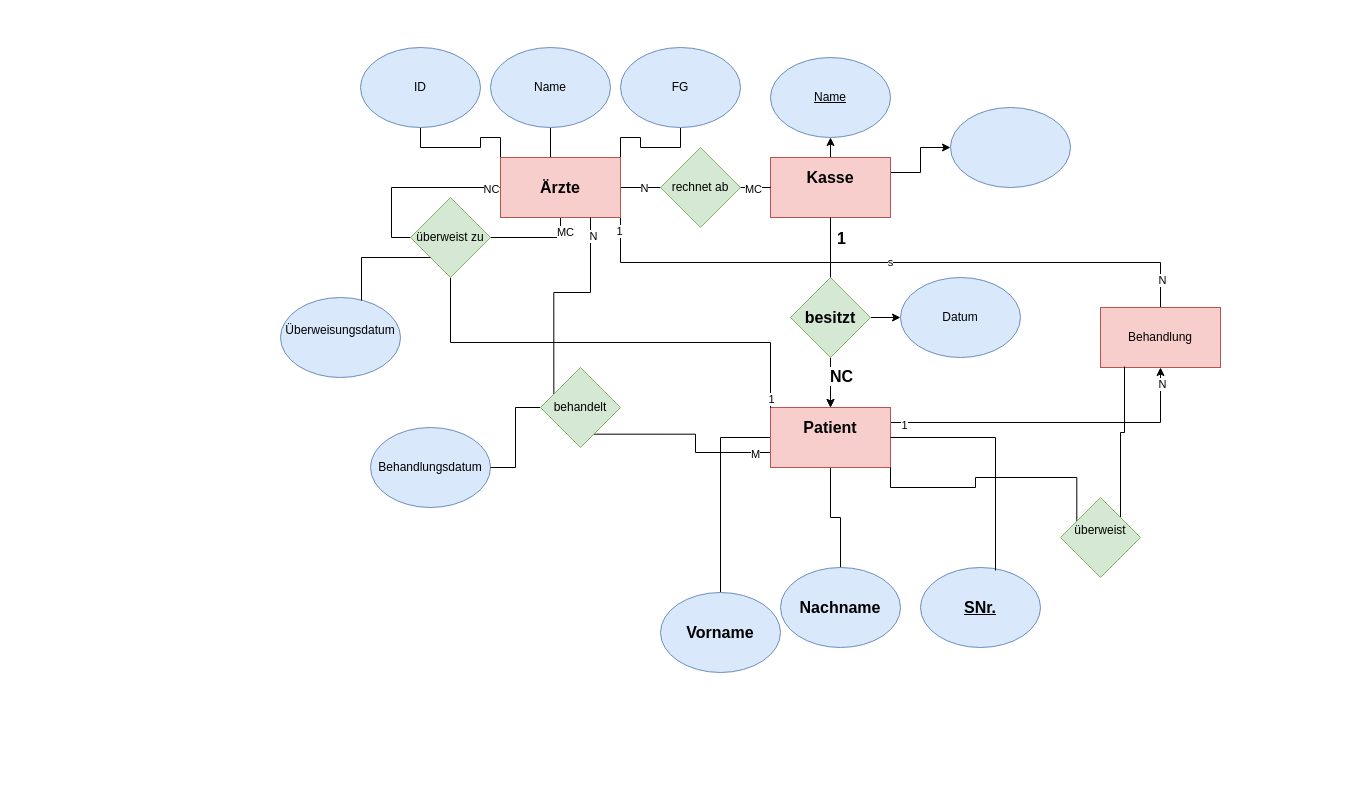
Above: Blatt3Aufagbe2.drawio in mesh98a/Datenbank (draw.io), before the change. Source tidied: cells renumbered, new cells numbered last; positions are measured from the earlier drawing's top-left corner, leaving out a move shared by most shapes. Both pictures are drawn from the tidied source at 100%, with x=0, y=0 at pixel (280, 47).
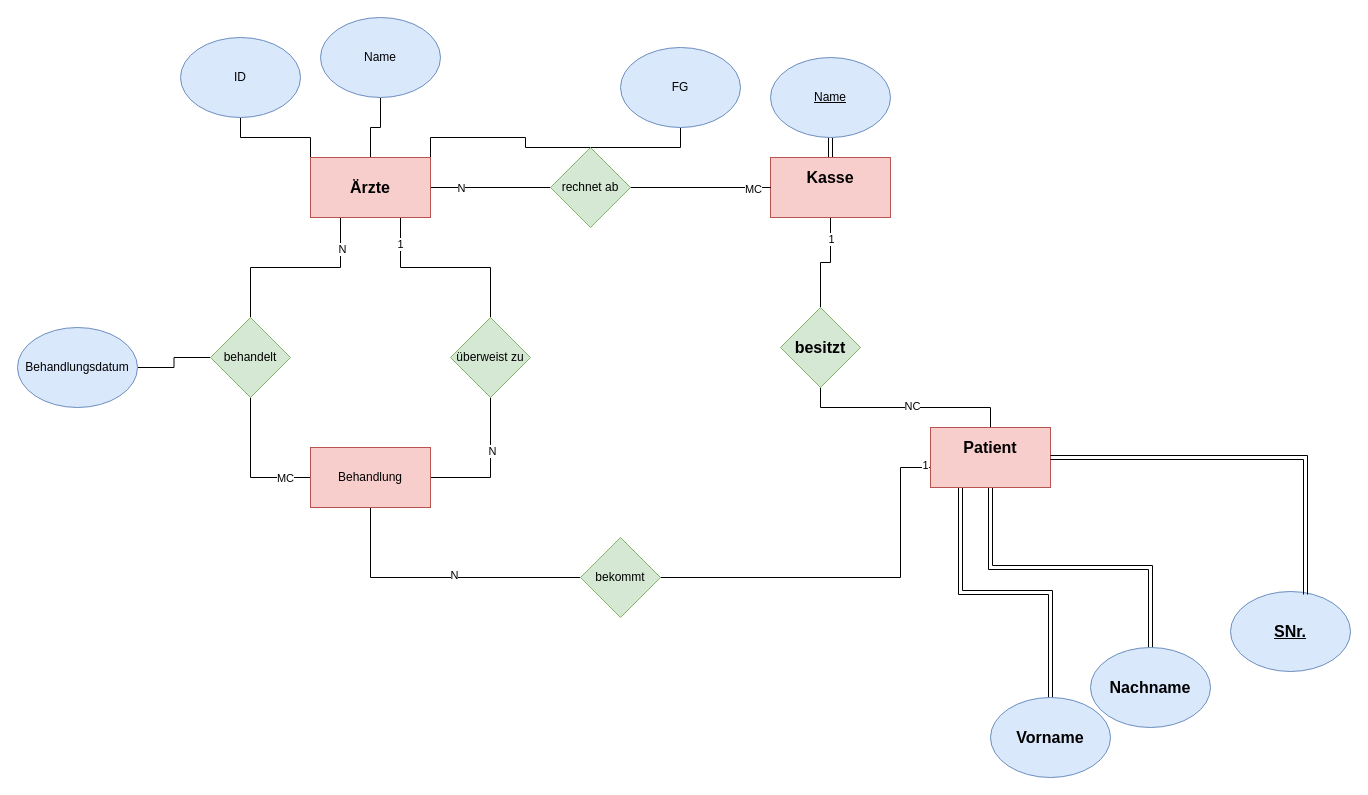
After the change.

The change refers to these unchanged cells:
```xml
<mxCell id="6" value="Kasse&lt;div style=&quot;font-size: 16px;&quot;&gt;&lt;br style=&quot;font-size: 16px;&quot;&gt;&lt;/div&gt;" style="rounded=0;whiteSpace=wrap;html=1;fillColor=#f8cecc;strokeColor=#b85450;fontSize=16;fontStyle=1;" parent="1" vertex="1">
  <mxGeometry x="490" y="110" width="120" height="60" as="geometry" />
</mxCell>
<mxCell id="36" value="&lt;u&gt;Name&lt;/u&gt;" style="ellipse;whiteSpace=wrap;html=1;fillColor=#dae8fc;strokeColor=#6c8ebf;" parent="1" vertex="1">
  <mxGeometry x="490" y="10" width="120" height="80" as="geometry" />
</mxCell>
<mxCell id="37" style="edgeStyle=orthogonalEdgeStyle;rounded=0;jettySize=auto;html=1;exitX=0;exitY=0.5;exitDx=0;exitDy=0;endArrow=none;endFill=0;" parent="1" edge="1" source="6">
  <mxGeometry relative="1" as="geometry">
    <mxPoint x="490" y="140" as="targetPoint" />
    <Array as="points">
      <mxPoint x="350" y="140" />
      <mxPoint x="350" y="140" />
    </Array>
  </mxGeometry>
</mxCell>
```

What changed in the source:
```diff
@@
-    <mxCell id="2" style="edgeStyle=orthogonalEdgeStyle;rounded=0;jettySize=auto;html=1;exitX=0.5;exitY=1;exitDx=0;exitDy=0;" parent="1" edge="1" source="33" target="24">
+    <mxCell id="2" style="edgeStyle=orthogonalEdgeStyle;rounded=0;jettySize=auto;html=1;exitX=0.5;exitY=1;exitDx=0;exitDy=0;endArrow=none;endFill=0;" parent="1" edge="1" source="33" target="24">
       <mxGeometry relative="1" as="geometry" />
     </mxCell>
+    <mxCell id="8" value="NC" style="edgeLabel;html=1;align=center;verticalAlign=middle;" parent="2" vertex="1">
+      <mxGeometry x="0.06" y="2" relative="1" as="geometry" />
+    </mxCell>
-    <mxCell id="3" style="edgeStyle=orthogonalEdgeStyle;rounded=0;jettySize=auto;html=1;exitX=0.5;exitY=0;exitDx=0;exitDy=0;entryX=0.5;entryY=1;entryDx=0;entryDy=0;" parent="1" edge="1" source="6" target="36">
+    <mxCell id="3" style="edgeStyle=orthogonalEdgeStyle;rounded=0;jettySize=auto;html=1;exitX=0.5;exitY=0;exitDx=0;exitDy=0;entryX=0.5;entryY=1;entryDx=0;entryDy=0;shape=link;" parent="1" edge="1" source="6" target="36">
       <mxGeometry relative="1" as="geometry" />
     </mxCell>
@@
-    <mxCell id="5" style="edgeStyle=orthogonalEdgeStyle;rounded=0;jettySize=auto;html=1;exitX=1;exitY=0.25;exitDx=0;exitDy=0;" parent="1" edge="1" source="6" target="35">
-      <mxGeometry relative="1" as="geometry" />
-    </mxCell>
+    <mxCell id="58" style="edgeStyle=orthogonalEdgeStyle;rounded=0;jettySize=auto;html=1;exitX=0.5;exitY=1;exitDx=0;exitDy=0;entryX=0.5;entryY=0;entryDx=0;entryDy=0;endArrow=none;endFill=0;" parent="1" edge="1" source="6" target="33">
+      <mxGeometry relative="1" as="geometry" />
+    </mxCell>
+    <mxCell id="59" value="1" style="edgeLabel;html=1;align=center;verticalAlign=middle;" parent="58" vertex="1">
+      <mxGeometry x="-0.59" relative="1" as="geometry" />
+    </mxCell>
@@
-    <mxCell id="7" style="edgeStyle=orthogonalEdgeStyle;rounded=0;orthogonalLoop=1;jettySize=auto;html=1;exitX=0.5;exitY=1;exitDx=0;exitDy=0;entryX=0;entryY=0.5;entryDx=0;entryDy=0;" parent="1" edge="1" source="18" target="18">
-      <mxGeometry relative="1" as="geometry">
-        <Array as="points">
-          <mxPoint x="280" y="190" />
-          <mxPoint x="111" y="190" />
-          <mxPoint x="111" y="140" />
-        </Array>
-      </mxGeometry>
-    </mxCell>
-    <mxCell id="8" value="NC" style="edgeLabel;html=1;align=center;verticalAlign=middle;" parent="7" vertex="1">
-      <mxGeometry x="0.94" y="-1" relative="1" as="geometry" />
-    </mxCell>
-    <mxCell id="9" value="MC" style="edgeLabel;html=1;align=center;verticalAlign=middle;" parent="7" vertex="1">
-      <mxGeometry x="-0.92" y="4" relative="1" as="geometry" />
-    </mxCell>
-    <mxCell id="10" style="edgeStyle=orthogonalEdgeStyle;rounded=0;jettySize=auto;html=1;exitX=0.75;exitY=1;exitDx=0;exitDy=0;entryX=0;entryY=0.75;entryDx=0;entryDy=0;endArrow=none;endFill=0;" parent="1" edge="1" source="47" target="24">
-      <mxGeometry relative="1" as="geometry" />
-    </mxCell>
-    <mxCell id="11" value="M" style="edgeLabel;html=1;align=center;verticalAlign=middle;" parent="10" vertex="1">
-      <mxGeometry x="0.84" y="-1" relative="1" as="geometry" />
-    </mxCell>
@@
-    <mxCell id="15" value="s" style="edgeStyle=orthogonalEdgeStyle;rounded=0;jettySize=auto;html=1;exitX=1;exitY=1;exitDx=0;exitDy=0;endArrow=none;endFill=0;" parent="1" edge="1" source="18" target="54">
-      <mxGeometry relative="1" as="geometry" />
-    </mxCell>
-    <mxCell id="16" value="1" style="edgeLabel;html=1;align=center;verticalAlign=middle;" parent="15" vertex="1">
-      <mxGeometry x="-0.96" y="-2" relative="1" as="geometry" />
-    </mxCell>
-    <mxCell id="17" value="N" style="edgeLabel;html=1;align=center;verticalAlign=middle;" parent="15" vertex="1">
-      <mxGeometry x="0.91" y="1" relative="1" as="geometry" />
-    </mxCell>
+    <mxCell id="44" style="edgeStyle=orthogonalEdgeStyle;rounded=0;jettySize=auto;html=1;exitX=0.25;exitY=1;exitDx=0;exitDy=0;entryX=0.5;entryY=0;entryDx=0;entryDy=0;endArrow=none;endFill=0;" parent="1" edge="1" source="18" target="47">
+      <mxGeometry relative="1" as="geometry" />
+    </mxCell>
+    <mxCell id="60" value="N" style="edgeLabel;html=1;align=center;verticalAlign=middle;fontFamily=Helvetica;fontSize=11;fontColor=default;labelBackgroundColor=default;" parent="44" vertex="1">
+      <mxGeometry x="-0.67" y="1" relative="1" as="geometry" />
+    </mxCell>
+    <mxCell id="61" style="edgeStyle=orthogonalEdgeStyle;rounded=0;jettySize=auto;html=1;exitX=0.75;exitY=1;exitDx=0;exitDy=0;entryX=0.5;entryY=0;entryDx=0;entryDy=0;endArrow=none;endFill=0;" parent="1" edge="1" source="18" target="43">
+      <mxGeometry relative="1" as="geometry" />
+    </mxCell>
+    <mxCell id="62" value="1" style="edgeLabel;html=1;align=center;verticalAlign=middle;fontFamily=Helvetica;fontSize=11;fontColor=default;labelBackgroundColor=default;" parent="61" vertex="1">
+      <mxGeometry x="-0.73" y="-1" relative="1" as="geometry" />
+    </mxCell>
     <mxCell id="18" value="Ärzte" style="rounded=0;whiteSpace=wrap;html=1;fillColor=#f8cecc;strokeColor=#b85450;fontSize=16;fontStyle=1;" parent="1" vertex="1">
-      <mxGeometry x="220" y="110" width="120" height="60" as="geometry" />
+      <mxGeometry x="30" y="110" width="120" height="60" as="geometry" />
     </mxCell>
-    <mxCell id="19" style="edgeStyle=orthogonalEdgeStyle;rounded=0;jettySize=auto;html=1;exitX=0.5;exitY=1;exitDx=0;exitDy=0;fontSize=16;fontStyle=1;endArrow=none;endFill=0;" parent="1" edge="1" source="24" target="27">
+    <mxCell id="19" style="edgeStyle=orthogonalEdgeStyle;rounded=0;jettySize=auto;html=1;exitX=0.5;exitY=1;exitDx=0;exitDy=0;fontSize=16;fontStyle=1;endArrow=none;endFill=0;shape=link;" parent="1" edge="1" source="24" target="27">
       <mxGeometry relative="1" as="geometry" />
     </mxCell>
+    <mxCell id="56" style="edgeStyle=orthogonalEdgeStyle;rounded=0;jettySize=auto;html=1;exitX=0;exitY=1;exitDx=0;exitDy=0;entryX=1;entryY=0.5;entryDx=0;entryDy=0;endArrow=none;endFill=0;" parent="1" edge="1" source="24" target="57">
+      <mxGeometry relative="1" as="geometry">
+        <Array as="points">
+          <mxPoint x="650" y="420" />
+          <mxPoint x="620" y="420" />
+          <mxPoint x="620" y="530" />
+        </Array>
+      </mxGeometry>
+    </mxCell>
+    <mxCell id="63" value="1" style="edgeLabel;html=1;align=center;verticalAlign=middle;" parent="56" vertex="1">
+      <mxGeometry x="-0.87" y="-3" relative="1" as="geometry" />
+    </mxCell>
-    <mxCell id="20" style="edgeStyle=orthogonalEdgeStyle;rounded=0;jettySize=auto;html=1;exitX=0;exitY=0.5;exitDx=0;exitDy=0;entryX=0.5;entryY=0;entryDx=0;entryDy=0;fontSize=16;fontStyle=1;endArrow=none;endFill=0;" parent="1" edge="1" source="24" target="25">
+    <mxCell id="20" style="edgeStyle=orthogonalEdgeStyle;rounded=0;jettySize=auto;html=1;exitX=0.25;exitY=1;exitDx=0;exitDy=0;entryX=0.5;entryY=0;entryDx=0;entryDy=0;shape=link;" parent="1" edge="1" source="24" target="25">
       <mxGeometry relative="1" as="geometry" />
     </mxCell>
-    <mxCell id="21" style="edgeStyle=orthogonalEdgeStyle;rounded=0;jettySize=auto;html=1;exitX=1;exitY=0.25;exitDx=0;exitDy=0;" parent="1" edge="1" source="24" target="54">
-      <mxGeometry relative="1" as="geometry" />
-    </mxCell>
-    <mxCell id="22" value="1" style="edgeLabel;html=1;align=center;verticalAlign=middle;" parent="21" vertex="1">
-      <mxGeometry x="-0.92" y="-2" relative="1" as="geometry" />
-    </mxCell>
-    <mxCell id="23" value="N" style="edgeLabel;html=1;align=center;verticalAlign=middle;" parent="21" vertex="1">
-      <mxGeometry x="0.9" y="-1" relative="1" as="geometry" />
-    </mxCell>
     <mxCell id="24" value="Patient&lt;div style=&quot;font-size: 16px;&quot;&gt;&lt;br style=&quot;font-size: 16px;&quot;&gt;&lt;/div&gt;" style="rounded=0;whiteSpace=wrap;html=1;fillColor=#f8cecc;strokeColor=#b85450;fontSize=16;fontStyle=1;" parent="1" vertex="1">
-      <mxGeometry x="490" y="360" width="120" height="60" as="geometry" />
+      <mxGeometry x="650" y="380" width="120" height="60" as="geometry" />
     </mxCell>
     <mxCell id="25" value="Vorname" style="ellipse;whiteSpace=wrap;html=1;fillColor=#dae8fc;strokeColor=#6c8ebf;fontSize=16;fontStyle=1;" parent="1" vertex="1">
-      <mxGeometry x="380" y="545" width="120" height="80" as="geometry" />
+      <mxGeometry x="710" y="650" width="120" height="80" as="geometry" />
     </mxCell>
     <mxCell id="26" value="&lt;u style=&quot;font-size: 16px;&quot;&gt;SNr.&lt;/u&gt;" style="ellipse;whiteSpace=wrap;html=1;fillColor=#dae8fc;strokeColor=#6c8ebf;fontSize=16;fontStyle=1;" parent="1" vertex="1">
-      <mxGeometry x="640" y="520" width="120" height="80" as="geometry" />
+      <mxGeometry x="950" y="544" width="120" height="80" as="geometry" />
     </mxCell>
     <mxCell id="27" value="Nachname" style="ellipse;whiteSpace=wrap;html=1;fillColor=#dae8fc;strokeColor=#6c8ebf;fontSize=16;fontStyle=1;" parent="1" vertex="1">
-      <mxGeometry x="500" y="520" width="120" height="80" as="geometry" />
+      <mxGeometry x="810" y="600" width="120" height="80" as="geometry" />
     </mxCell>
-    <mxCell id="28" style="edgeStyle=orthogonalEdgeStyle;rounded=0;jettySize=auto;html=1;exitX=1;exitY=0.5;exitDx=0;exitDy=0;entryX=0.625;entryY=0.038;entryDx=0;entryDy=0;entryPerimeter=0;fontSize=16;fontStyle=1;endArrow=none;endFill=0;" parent="1" edge="1" source="24" target="26">
+    <mxCell id="28" style="edgeStyle=orthogonalEdgeStyle;rounded=0;jettySize=auto;html=1;exitX=1;exitY=0.5;exitDx=0;exitDy=0;entryX=0.625;entryY=0.038;entryDx=0;entryDy=0;entryPerimeter=0;fontSize=16;fontStyle=1;endArrow=none;endFill=0;shape=link;" parent="1" edge="1" source="24" target="26">
       <mxGeometry relative="1" as="geometry" />
     </mxCell>
-    <mxCell id="29" style="edgeStyle=orthogonalEdgeStyle;rounded=0;jettySize=auto;html=1;exitX=0.5;exitY=1;exitDx=0;exitDy=0;entryX=0.5;entryY=0;entryDx=0;entryDy=0;" parent="1" edge="1" source="6" target="24">
-      <mxGeometry relative="1" as="geometry" />
-    </mxCell>
-    <mxCell id="30" value="1" style="edgeLabel;html=1;align=center;verticalAlign=middle;fontSize=16;fontStyle=1;" parent="29" vertex="1">
-      <mxGeometry x="-0.75" y="3" relative="1" as="geometry">
-        <mxPoint x="7" y="-4" as="offset" />
-      </mxGeometry>
-    </mxCell>
-    <mxCell id="31" value="&lt;span style=&quot;font-size: 16px;&quot;&gt;NC&lt;/span&gt;" style="edgeLabel;html=1;align=center;verticalAlign=middle;fontSize=16;fontStyle=1;" parent="29" vertex="1">
-      <mxGeometry x="0.66" y="2" relative="1" as="geometry">
-        <mxPoint x="8" as="offset" />
-      </mxGeometry>
-    </mxCell>
-    <mxCell id="32" style="edgeStyle=orthogonalEdgeStyle;rounded=0;jettySize=auto;html=1;exitX=1;exitY=0.5;exitDx=0;exitDy=0;entryX=0;entryY=0.5;entryDx=0;entryDy=0;" parent="1" edge="1" source="33" target="51">
-      <mxGeometry relative="1" as="geometry" />
-    </mxCell>
     <mxCell id="33" value="besitzt" style="rhombus;whiteSpace=wrap;html=1;fillColor=#d5e8d4;strokeColor=#82b366;fontSize=16;fontStyle=1;" parent="1" vertex="1">
-      <mxGeometry x="510" y="230" width="80" height="80" as="geometry" />
+      <mxGeometry x="500" y="260" width="80" height="80" as="geometry" />
     </mxCell>
+    <mxCell id="64" style="edgeStyle=orthogonalEdgeStyle;rounded=0;jettySize=auto;html=1;exitX=1;exitY=0.5;exitDx=0;exitDy=0;strokeColor=default;align=center;verticalAlign=middle;fontFamily=Helvetica;fontSize=11;fontColor=default;labelBackgroundColor=default;endArrow=none;endFill=0;" parent="1" edge="1" source="34" target="47">
+      <mxGeometry relative="1" as="geometry" />
+    </mxCell>
     <mxCell id="34" value="Behandlungsdatum" style="ellipse;whiteSpace=wrap;html=1;fillColor=#dae8fc;strokeColor=#6c8ebf;" parent="1" vertex="1">
-      <mxGeometry x="90" y="380" width="120" height="80" as="geometry" />
+      <mxGeometry x="-263" y="280" width="120" height="80" as="geometry" />
     </mxCell>
-    <mxCell id="35" style="ellipse;whiteSpace=wrap;html=1;fillColor=#dae8fc;strokeColor=#6c8ebf;" parent="1" vertex="1">
-      <mxGeometry x="670" y="60" width="120" height="80" as="geometry" />
-    </mxCell>
@@
     <mxCell id="38" value="N" style="edgeLabel;html=1;align=center;verticalAlign=middle;" parent="37" vertex="1">
-      <mxGeometry x="0.09" relative="1" as="geometry" />
+      <mxGeometry x="0.09" relative="1" as="geometry">
+        <mxPoint x="-183" as="offset" />
+      </mxGeometry>
     </mxCell>
@@
     <mxCell id="40" value="rechnet ab" style="rhombus;whiteSpace=wrap;html=1;fillColor=#d5e8d4;strokeColor=#82b366;" parent="1" vertex="1">
-      <mxGeometry x="380" y="100" width="80" height="80" as="geometry" />
+      <mxGeometry x="270" y="100" width="80" height="80" as="geometry" />
     </mxCell>
-    <mxCell id="41" style="edgeStyle=orthogonalEdgeStyle;rounded=0;jettySize=auto;html=1;exitX=0.5;exitY=1;exitDx=0;exitDy=0;entryX=0;entryY=0;entryDx=0;entryDy=0;endArrow=none;endFill=0;" parent="1" edge="1" source="43" target="24">
-      <mxGeometry relative="1" as="geometry" />
-    </mxCell>
-    <mxCell id="42" value="1" style="edgeLabel;html=1;align=center;verticalAlign=middle;" parent="41" vertex="1">
-      <mxGeometry x="0.96" relative="1" as="geometry" />
-    </mxCell>
+    <mxCell id="65" style="edgeStyle=orthogonalEdgeStyle;rounded=0;jettySize=auto;html=1;exitX=0.5;exitY=1;exitDx=0;exitDy=0;entryX=1;entryY=0.5;entryDx=0;entryDy=0;endArrow=none;endFill=0;" parent="1" edge="1" source="43" target="54">
+      <mxGeometry relative="1" as="geometry" />
+    </mxCell>
+    <mxCell id="66" value="N" style="edgeLabel;html=1;align=center;verticalAlign=middle;fontFamily=Helvetica;fontSize=11;fontColor=default;labelBackgroundColor=default;" parent="65" vertex="1">
+      <mxGeometry x="-0.25" y="1" relative="1" as="geometry" />
+    </mxCell>
     <mxCell id="43" value="überweist zu" style="rhombus;whiteSpace=wrap;html=1;fillColor=#d5e8d4;strokeColor=#82b366;" parent="1" vertex="1">
-      <mxGeometry x="130" y="150" width="80" height="80" as="geometry" />
+      <mxGeometry x="170" y="270" width="80" height="80" as="geometry" />
     </mxCell>
-    <mxCell id="44" style="edgeStyle=orthogonalEdgeStyle;rounded=0;jettySize=auto;html=1;exitX=0.75;exitY=1;exitDx=0;exitDy=0;entryX=0;entryY=0.75;entryDx=0;entryDy=0;" parent="1" edge="1" source="18" target="47">
-      <mxGeometry relative="1" as="geometry" />
-    </mxCell>
-    <mxCell id="45" value="N" style="edgeLabel;html=1;align=center;verticalAlign=middle;" parent="44" vertex="1">
-      <mxGeometry x="-0.85" y="2" relative="1" as="geometry" />
-    </mxCell>
-    <mxCell id="46" style="edgeStyle=orthogonalEdgeStyle;rounded=0;jettySize=auto;html=1;exitX=0;exitY=0.5;exitDx=0;exitDy=0;entryX=1;entryY=0.5;entryDx=0;entryDy=0;endArrow=none;endFill=0;" parent="1" edge="1" source="47" target="34">
-      <mxGeometry relative="1" as="geometry" />
-    </mxCell>
+    <mxCell id="67" style="edgeStyle=orthogonalEdgeStyle;rounded=0;jettySize=auto;html=1;exitX=0.5;exitY=1;exitDx=0;exitDy=0;entryX=0;entryY=0.5;entryDx=0;entryDy=0;endArrow=none;endFill=0;" parent="1" edge="1" source="47" target="54">
+      <mxGeometry relative="1" as="geometry" />
+    </mxCell>
+    <mxCell id="9" value="MC" style="edgeLabel;html=1;align=center;verticalAlign=middle;fontFamily=Helvetica;fontSize=11;fontColor=default;labelBackgroundColor=default;" parent="67" vertex="1">
+      <mxGeometry x="0.63" relative="1" as="geometry" />
+    </mxCell>
     <mxCell id="47" value="behandelt" style="rhombus;whiteSpace=wrap;html=1;fillColor=#d5e8d4;strokeColor=#82b366;" parent="1" vertex="1">
-      <mxGeometry x="260" y="320" width="80" height="80" as="geometry" />
+      <mxGeometry x="-70" y="270" width="80" height="80" as="geometry" />
     </mxCell>
     <mxCell id="48" value="ID" style="ellipse;whiteSpace=wrap;html=1;fillColor=#dae8fc;strokeColor=#6c8ebf;" parent="1" vertex="1">
-      <mxGeometry x="80" width="120" height="80" as="geometry" />
+      <mxGeometry x="-100" y="-10" width="120" height="80" as="geometry" />
     </mxCell>
     <mxCell id="49" value="Name" style="ellipse;whiteSpace=wrap;html=1;fillColor=#dae8fc;strokeColor=#6c8ebf;" parent="1" vertex="1">
-      <mxGeometry x="210" width="120" height="80" as="geometry" />
+      <mxGeometry x="40" y="-30" width="120" height="80" as="geometry" />
     </mxCell>
@@
-    <mxCell id="51" value="Datum" style="ellipse;whiteSpace=wrap;html=1;fillColor=#dae8fc;strokeColor=#6c8ebf;" parent="1" vertex="1">
-      <mxGeometry x="620" y="230" width="120" height="80" as="geometry" />
-    </mxCell>
-    <mxCell id="52" value="Überweisungsdatum&lt;div&gt;&lt;br&gt;&lt;/div&gt;" style="ellipse;whiteSpace=wrap;html=1;fillColor=#dae8fc;strokeColor=#6c8ebf;" parent="1" vertex="1">
-      <mxGeometry y="250" width="120" height="80" as="geometry" />
-    </mxCell>
-    <mxCell id="53" style="edgeStyle=orthogonalEdgeStyle;rounded=0;jettySize=auto;html=1;exitX=0;exitY=1;exitDx=0;exitDy=0;entryX=0.675;entryY=0.038;entryDx=0;entryDy=0;entryPerimeter=0;endArrow=none;endFill=0;" parent="1" edge="1" source="43" target="52">
-      <mxGeometry relative="1" as="geometry" />
-    </mxCell>
+    <mxCell id="68" style="edgeStyle=orthogonalEdgeStyle;rounded=0;jettySize=auto;html=1;exitX=0.5;exitY=1;exitDx=0;exitDy=0;entryX=0;entryY=0.5;entryDx=0;entryDy=0;endArrow=none;endFill=0;" parent="1" edge="1" source="54" target="57">
+      <mxGeometry relative="1" as="geometry" />
+    </mxCell>
+    <mxCell id="69" value="N" style="edgeLabel;html=1;align=center;verticalAlign=middle;" parent="68" vertex="1">
+      <mxGeometry x="0.09" y="3" relative="1" as="geometry" />
+    </mxCell>
     <mxCell id="54" value="Behandlung" style="rounded=0;whiteSpace=wrap;html=1;fillColor=#f8cecc;strokeColor=#b85450;" parent="1" vertex="1">
-      <mxGeometry x="820" y="260" width="120" height="60" as="geometry" />
+      <mxGeometry x="30" y="400" width="120" height="60" as="geometry" />
     </mxCell>
-    <mxCell id="55" style="edgeStyle=orthogonalEdgeStyle;rounded=0;jettySize=auto;html=1;exitX=1;exitY=1;exitDx=0;exitDy=0;entryX=0.2;entryY=0.983;entryDx=0;entryDy=0;entryPerimeter=0;endArrow=none;endFill=0;" parent="1" edge="1" source="57" target="54">
-      <mxGeometry relative="1" as="geometry" />
-    </mxCell>
-    <mxCell id="56" style="edgeStyle=orthogonalEdgeStyle;rounded=0;jettySize=auto;html=1;exitX=1;exitY=1;exitDx=0;exitDy=0;entryX=0.204;entryY=0.363;entryDx=0;entryDy=0;entryPerimeter=0;endArrow=none;endFill=0;" parent="1" edge="1" source="24" target="57">
-      <mxGeometry relative="1" as="geometry" />
-    </mxCell>
-    <mxCell id="57" value="überweist&lt;div&gt;&lt;br&gt;&lt;/div&gt;" style="rhombus;whiteSpace=wrap;html=1;fillColor=#d5e8d4;strokeColor=#82b366;" parent="1" vertex="1">
-      <mxGeometry x="780" y="450" width="80" height="80" as="geometry" />
+    <mxCell id="57" value="&lt;div&gt;bekommt&lt;/div&gt;" style="rhombus;whiteSpace=wrap;html=1;fillColor=#d5e8d4;strokeColor=#82b366;" parent="1" vertex="1">
+      <mxGeometry x="300" y="490" width="80" height="80" as="geometry" />
     </mxCell>
```
